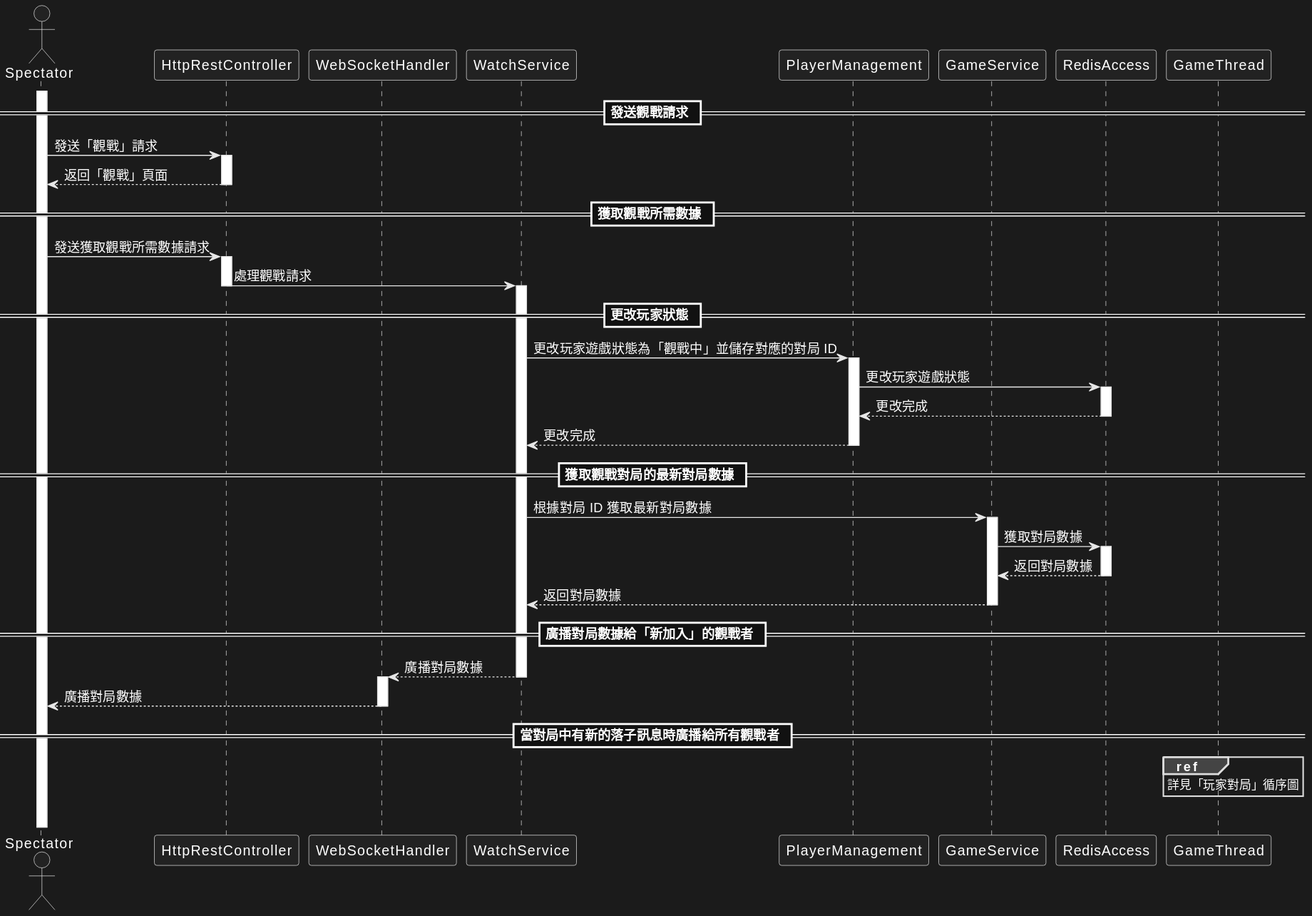
Above: docs/images/SequenceDiagram(6).svg in LYH-94/reversi_online (PlantUML), before the change.
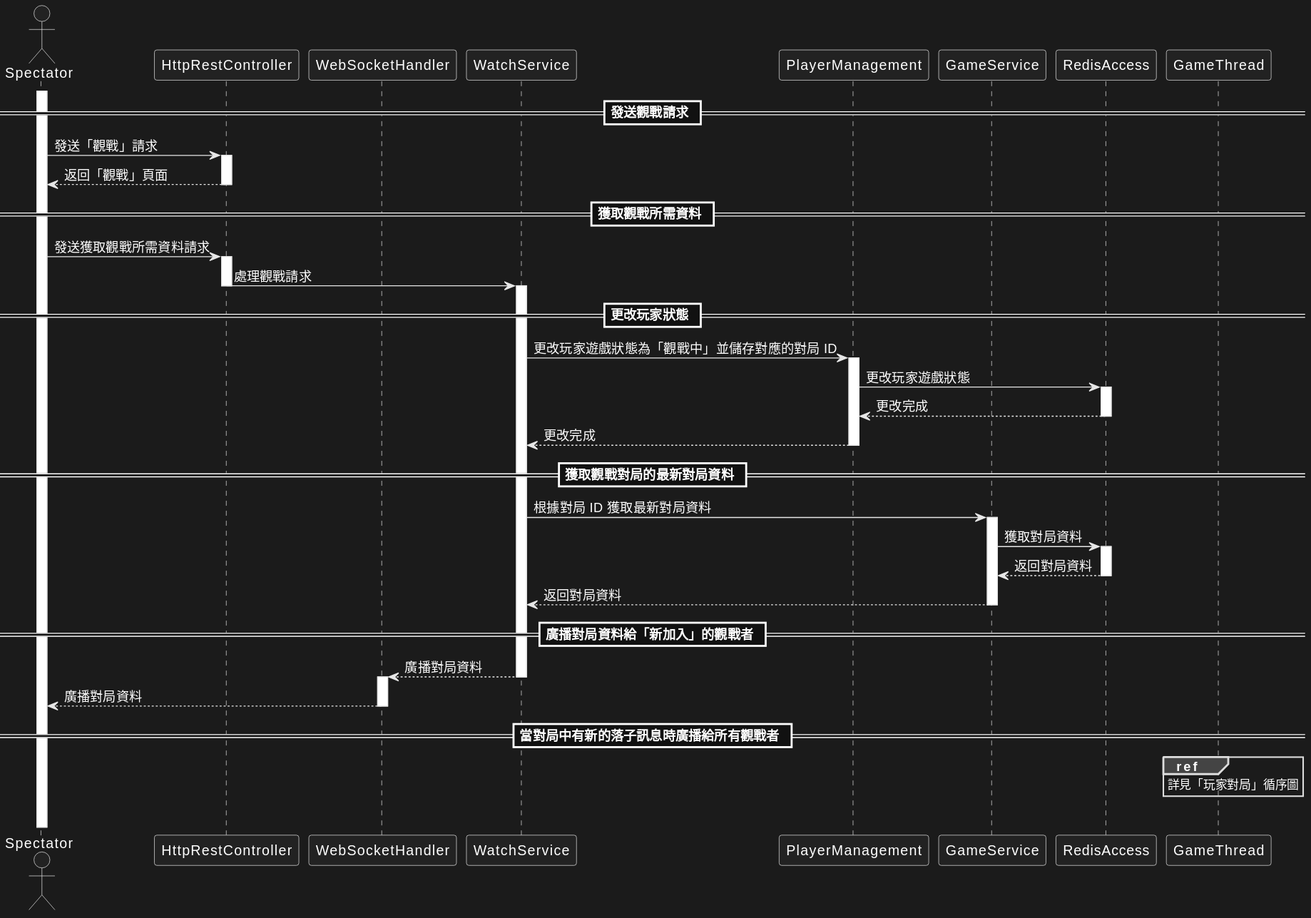
After the commit.

Diff of the diagram source:
```diff
@@ -14,8 +14,8 @@
 Spectator -> HttpRestController ++ : 發送「觀戰」請求
 Spectator <-- HttpRestController -- : 返回「觀戰」頁面
 
-== 獲取觀戰所需數據 ==
-Spectator -> HttpRestController ++ : 發送獲取觀戰所需數據請求
+== 獲取觀戰所需資料 ==
+Spectator -> HttpRestController ++ : 發送獲取觀戰所需資料請求
 HttpRestController -> WatchService -- : 處理觀戰請求
 WatchService ++
 
@@ -26,16 +26,16 @@
 PlayerManagement <-- RedisAccess -- : 更改完成
 WatchService <-- PlayerManagement -- : 更改完成
 
-== 獲取觀戰對局的最新對局數據 ==
-WatchService -> GameService ++ : 根據對局 ID 獲取最新對局數據
-GameService -> RedisAccess ++ : 獲取對局數據
-GameService <-- RedisAccess -- : 返回對局數據
-WatchService <-- GameService -- : 返回對局數據
+== 獲取觀戰對局的最新對局資料 ==
+WatchService -> GameService ++ : 根據對局 ID 獲取最新對局資料
+GameService -> RedisAccess ++ : 獲取對局資料
+GameService <-- RedisAccess -- : 返回對局資料
+WatchService <-- GameService -- : 返回對局資料
 
-== 廣播對局數據給「新加入」的觀戰者 ==
-WebSocketHandler <-- WatchService -- : 廣播對局數據
+== 廣播對局資料給「新加入」的觀戰者 ==
+WebSocketHandler <-- WatchService -- : 廣播對局資料
 WebSocketHandler ++
-Spectator <-- WebSocketHandler -- : 廣播對局數據
+Spectator <-- WebSocketHandler -- : 廣播對局資料
 
 == 當對局中有新的落子訊息時廣播給所有觀戰者 ==
 ref over GameThread : 詳見「玩家對局」循序圖
```
